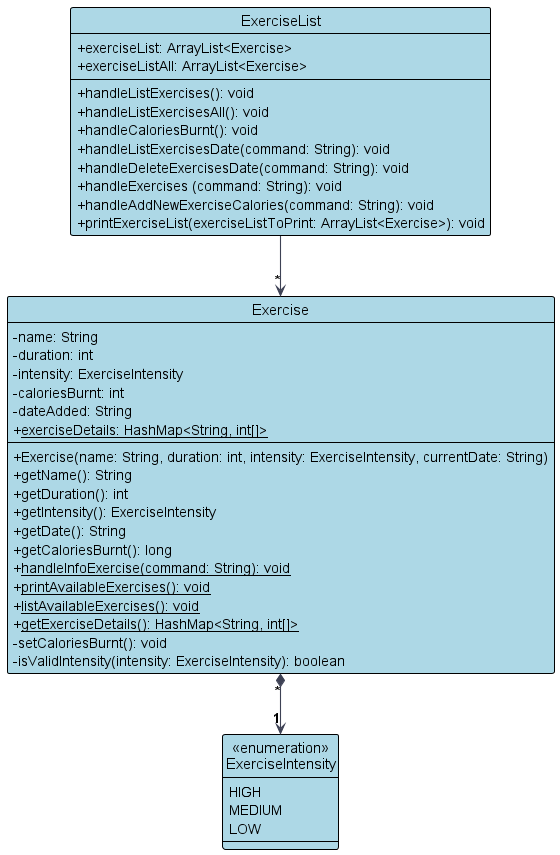
jasonlienardi/tp keeps this PlantUML diagram as docs/diagrams/diagrams_png/ExerciseListClassDiagram.png. Above is the earlier version.
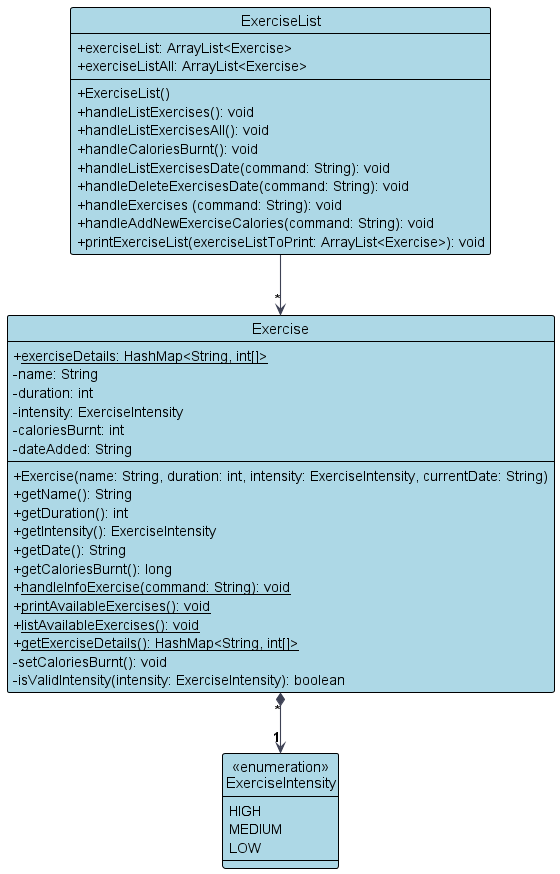
Above is the later version.

Commit message:
Update class diagram images

The edit, as a diff of the source:
```diff
@@ -9,6 +9,7 @@
     + exerciseList: ArrayList<Exercise>
     + exerciseListAll: ArrayList<Exercise>
 
+    + ExerciseList()
     + handleListExercises(): void
     + handleListExercisesAll(): void
     + handleCaloriesBurnt(): void
@@ -20,12 +21,13 @@
 }
 
 Class Exercise {
+    + <u>exerciseDetails: HashMap<String, int[]>
     - name: String
     - duration: int
     - intensity: ExerciseIntensity
     - caloriesBurnt: int
     - dateAdded: String
-    + <u>exerciseDetails: HashMap<String, int[]>
+
     + Exercise(name: String, duration: int, intensity: ExerciseIntensity, currentDate: String)
     + getName(): String
     + getDuration(): int
```
